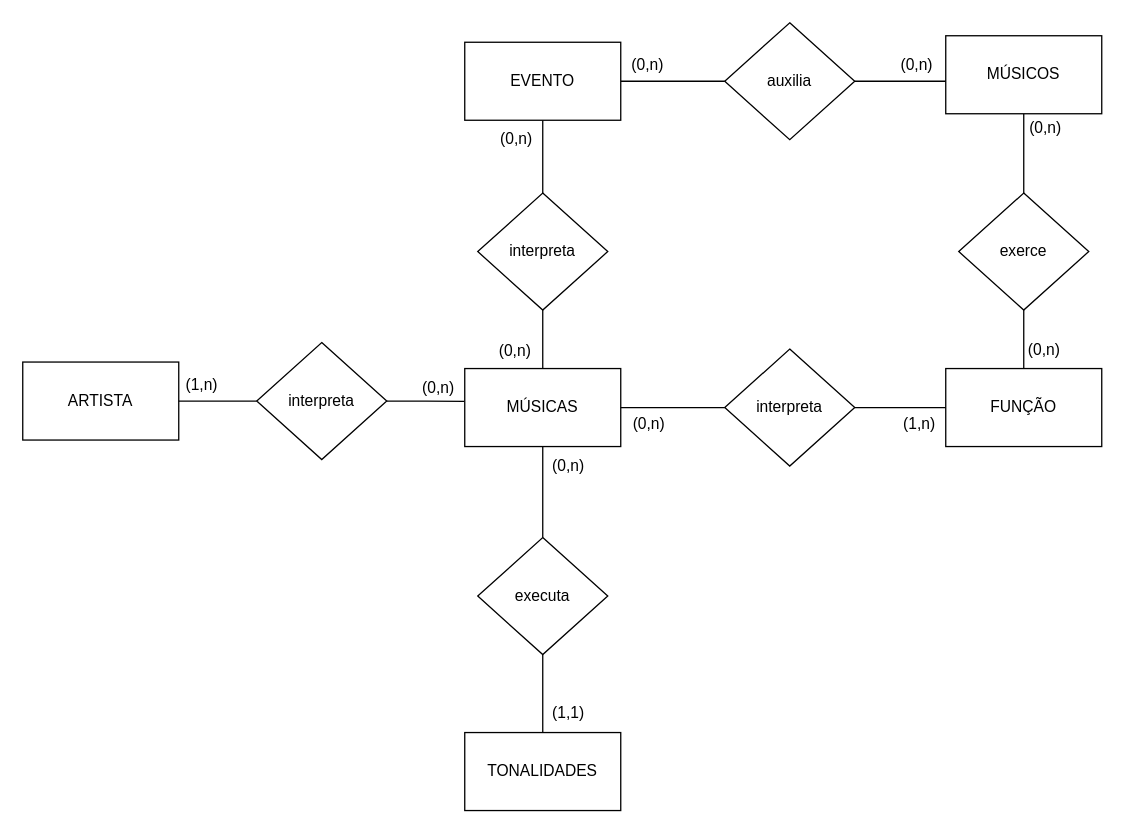
gabriel-txt/EscalaCanto keeps this draw.io diagram as page "MER_ver3" (1 of 3) of modelo_entidade_relacionamento.drawio. Above is the earlier version. Source tidied: cells renumbered, new cells numbered last; positions are measured from the earlier drawing's top-left corner, leaving out a move shared by most shapes. Both pictures are drawn from the tidied source at 130%, with x=0, y=0 at pixel (22, 22).
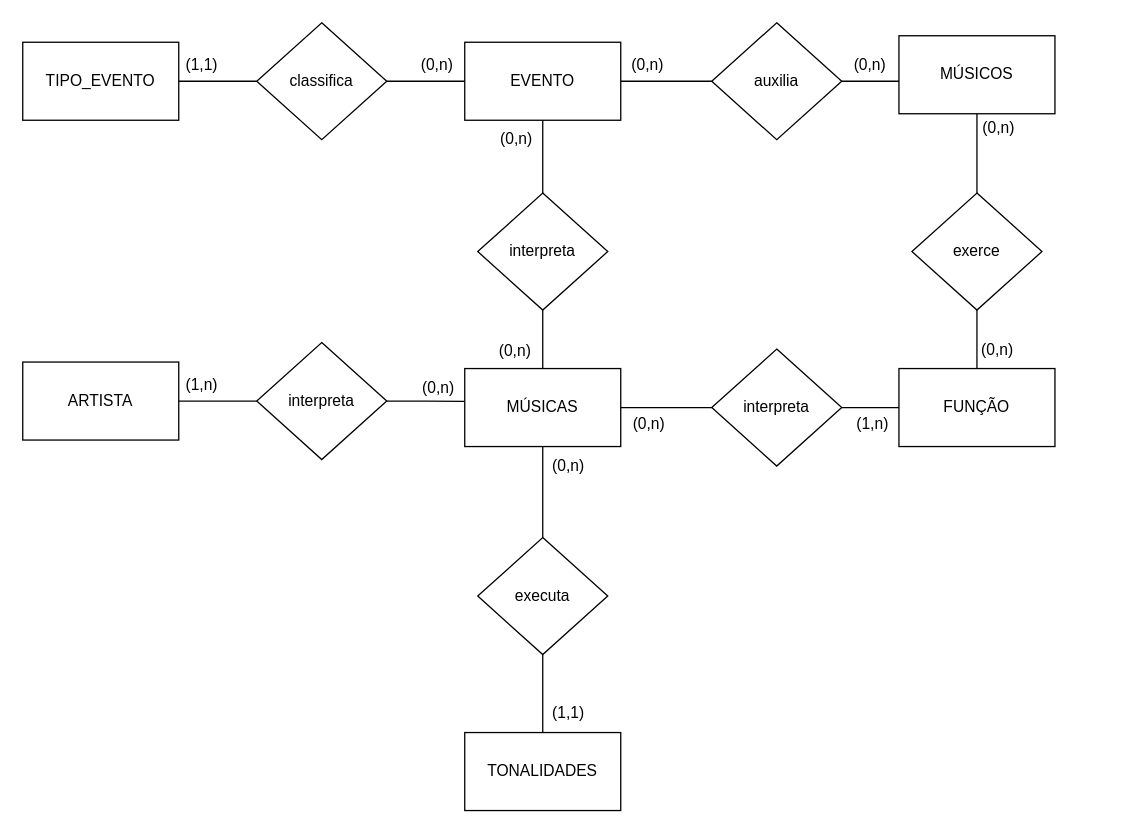
After the change.

The change refers to these unchanged cells:
```xml
<mxCell id="38" value="EVENTO" style="rounded=0;whiteSpace=wrap;html=1;" parent="37" vertex="1">
  <mxGeometry y="5" width="120" height="60" as="geometry" />
</mxCell>
```

What changed in the source:
```diff
@@
     <mxCell id="3" value="auxilia" style="rhombus;whiteSpace=wrap;html=1;" parent="1" vertex="1">
-      <mxGeometry x="540" width="100" height="90" as="geometry" />
+      <mxGeometry x="530" width="100" height="90" as="geometry" />
     </mxCell>
@@
     <mxCell id="5" value="FUNÇÃO" style="rounded=0;whiteSpace=wrap;html=1;" parent="1" vertex="1">
-      <mxGeometry x="710" y="266" width="120" height="60" as="geometry" />
+      <mxGeometry x="674" y="266" width="120" height="60" as="geometry" />
     </mxCell>
@@
     <mxCell id="7" style="edgeStyle=orthogonalEdgeStyle;rounded=0;jettySize=auto;html=1;exitX=1;exitY=0.5;exitDx=0;exitDy=0;entryX=-0.005;entryY=0.586;entryDx=0;entryDy=0;endArrow=none;startFill=0;entryPerimeter=0;" parent="1" edge="1" source="3" target="35">
       <mxGeometry relative="1" as="geometry">
         <Array as="points">
-          <mxPoint x="726" y="45" />
+          <mxPoint x="690" y="45" />
         </Array>
       </mxGeometry>
     </mxCell>
@@
     <mxCell id="23" value="interpreta" style="rhombus;whiteSpace=wrap;html=1;" parent="1" vertex="1">
-      <mxGeometry x="540" y="251" width="100" height="90" as="geometry" />
+      <mxGeometry x="530" y="251" width="100" height="90" as="geometry" />
     </mxCell>
@@
     <mxCell id="27" value="(1,n)" style="text;html=1;align=center;verticalAlign=middle;whiteSpace=wrap;rounded=0;" parent="1" vertex="1">
-      <mxGeometry x="660" y="294" width="60" height="30" as="geometry" />
+      <mxGeometry x="624" y="294" width="60" height="30" as="geometry" />
     </mxCell>
@@
     <mxCell id="31" style="group;" parent="1" vertex="1">
-      <mxGeometry x="720" y="131" width="110" height="120" as="geometry" />
+      <mxGeometry x="684" y="131" width="110" height="120" as="geometry" />
     </mxCell>
@@
     <mxCell id="34" value="(0,n)" style="text;html=1;align=center;verticalAlign=middle;whiteSpace=wrap;rounded=0;" parent="1" vertex="1">
-      <mxGeometry x="658" y="18" width="60" height="30" as="geometry" />
+      <mxGeometry x="622" y="18" width="60" height="30" as="geometry" />
     </mxCell>
     <mxCell id="35" value="MÚSICOS" style="rounded=0;whiteSpace=wrap;html=1;" parent="1" vertex="1">
-      <mxGeometry x="710" y="10" width="120" height="60" as="geometry" />
+      <mxGeometry x="674" y="10" width="120" height="60" as="geometry" />
     </mxCell>
     <mxCell id="36" value="(0,n)" style="text;html=1;align=center;verticalAlign=middle;whiteSpace=wrap;rounded=0;" parent="1" vertex="1">
-      <mxGeometry x="757" y="66" width="60" height="30" as="geometry" />
+      <mxGeometry x="721" y="66" width="60" height="30" as="geometry" />
     </mxCell>
@@
     <mxCell id="42" value="(0,n)" style="text;html=1;align=center;verticalAlign=middle;whiteSpace=wrap;rounded=0;" parent="1" vertex="1">
-      <mxGeometry x="756" y="236.5" width="60" height="30" as="geometry" />
+      <mxGeometry x="720" y="236.5" width="60" height="30" as="geometry" />
     </mxCell>
+    <mxCell id="43" value="TIPO_EVENTO" style="rounded=0;whiteSpace=wrap;html=1;" parent="1" vertex="1">
+      <mxGeometry y="15" width="120" height="60" as="geometry" />
+    </mxCell>
+    <mxCell id="44" value="classifica" style="rhombus;whiteSpace=wrap;html=1;" parent="1" vertex="1">
+      <mxGeometry x="180" width="100" height="90" as="geometry" />
+    </mxCell>
+    <mxCell id="45" style="endArrow=none;html=1;rounded=0;exitX=0;exitY=0.5;exitDx=0;exitDy=0;entryX=1;entryY=0.5;entryDx=0;entryDy=0;" parent="1" edge="1" source="38" target="44">
+      <mxGeometry relative="1" as="geometry" />
+    </mxCell>
+    <mxCell id="46" style="endArrow=none;html=1;rounded=0;exitX=0;exitY=0.5;exitDx=0;exitDy=0;entryX=1;entryY=0.5;entryDx=0;entryDy=0;" parent="1" edge="1" source="44" target="43">
+      <mxGeometry relative="1" as="geometry" />
+    </mxCell>
+    <mxCell id="47" value="(1,1)" style="text;html=1;align=center;verticalAlign=middle;whiteSpace=wrap;rounded=0;" parent="1" vertex="1">
+      <mxGeometry x="108" y="18" width="60" height="30" as="geometry" />
+    </mxCell>
+    <mxCell id="48" value="(0,n)" style="text;html=1;align=center;verticalAlign=middle;whiteSpace=wrap;rounded=0;" parent="1" vertex="1">
+      <mxGeometry x="289" y="18" width="60" height="30" as="geometry" />
+    </mxCell>
```
